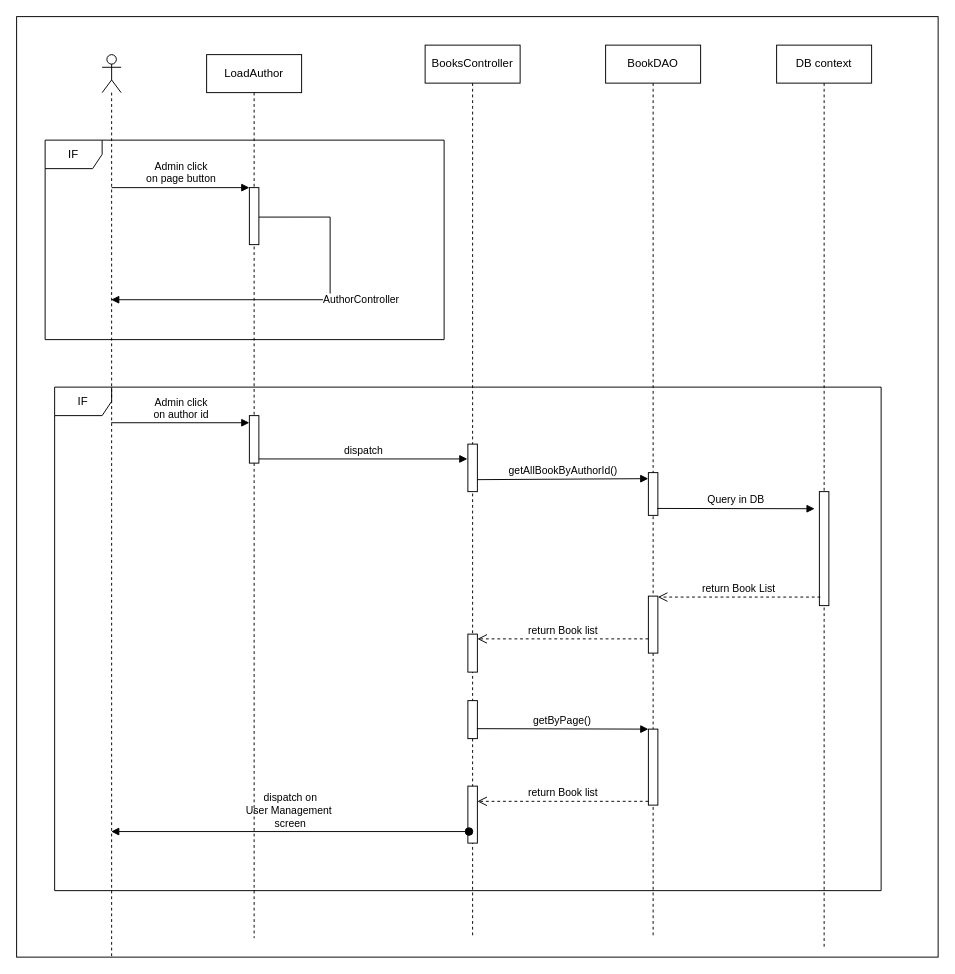
This is page "Trang-6" (6 of 8) of te3.drawio from baspdd/desktop-tutorial, a draw.io file, before an edit. Source tidied: cells renumbered, new cells numbered last; positions are measured from the earlier drawing's top-left corner, leaving out a move shared by most shapes. Both pictures are drawn from the tidied source at 95%, with x=0, y=0 at pixel (16, 16).
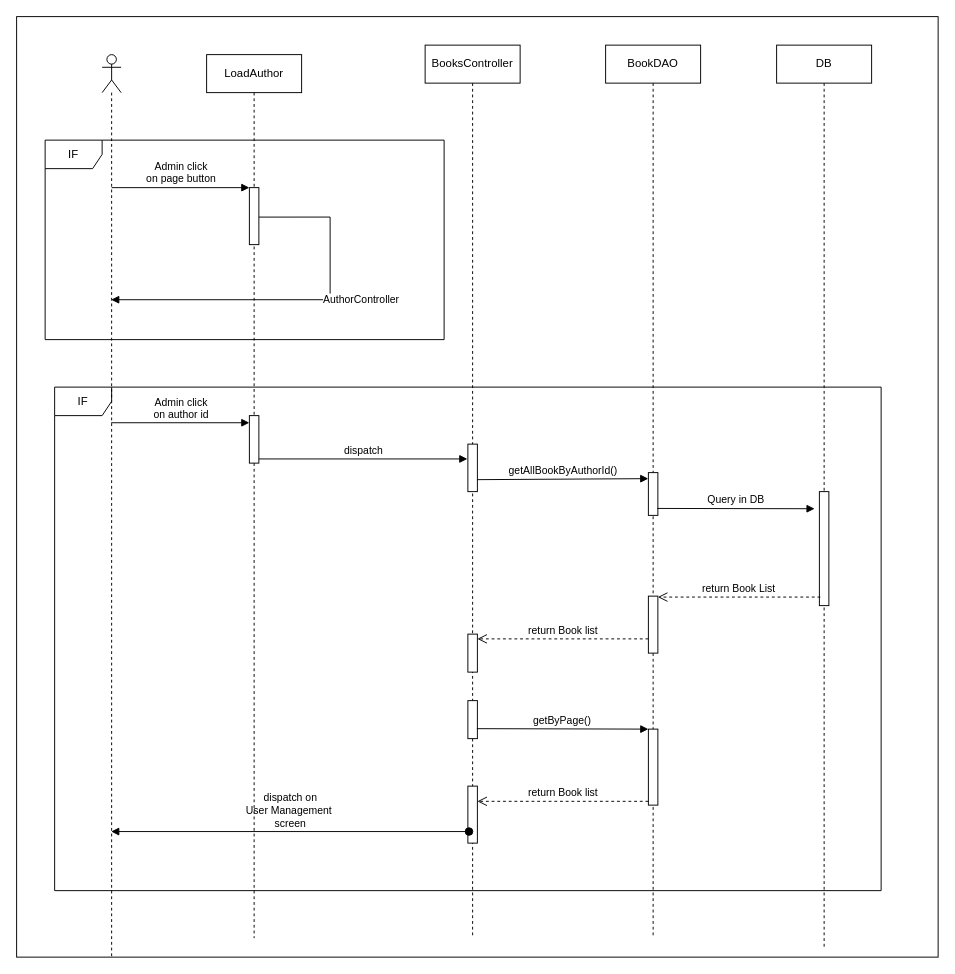
The same diagram, later.

The edit, as a diff of the source:
```diff
@@
-    <mxCell id="14" value="DB context" style="shape=umlLifeline;perimeter=lifelinePerimeter;whiteSpace=wrap;html=1;" parent="1" vertex="1">
+    <mxCell id="14" value="DB" style="shape=umlLifeline;perimeter=lifelinePerimeter;whiteSpace=wrap;html=1;" parent="1" vertex="1">
       <mxGeometry x="800" y="30" width="100" height="950" as="geometry" />
     </mxCell>
```
